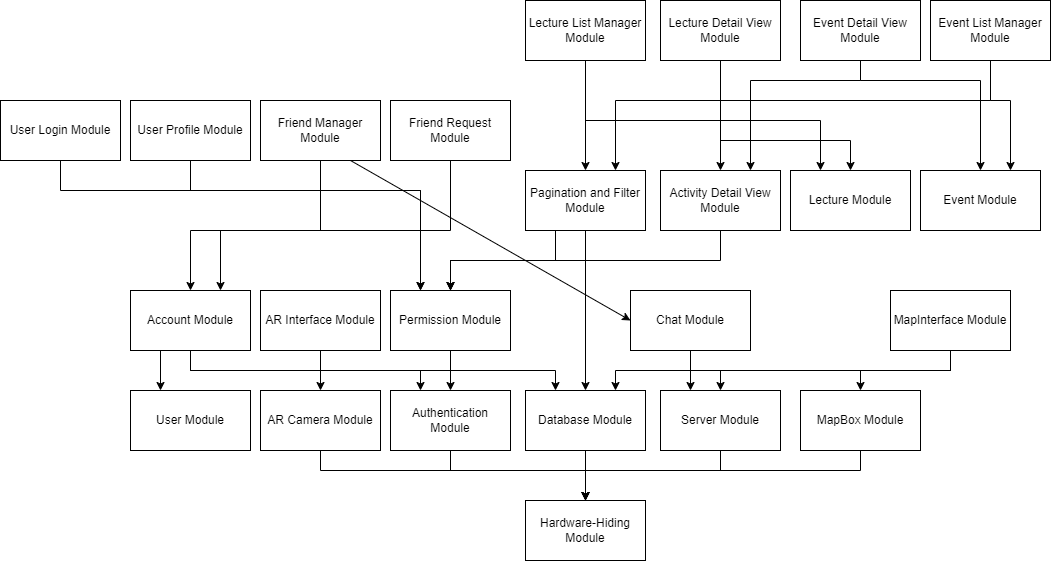
The draw.io diagram docs/Design/SoftArchitecture/UsesHierarchy.png in beatlepie/4G06CapstoneProjectTeam2, before a commit. Source tidied: cells renumbered, new cells last; positions are measured from the earlier drawing's top-left corner, leaving out a move shared by most shapes.
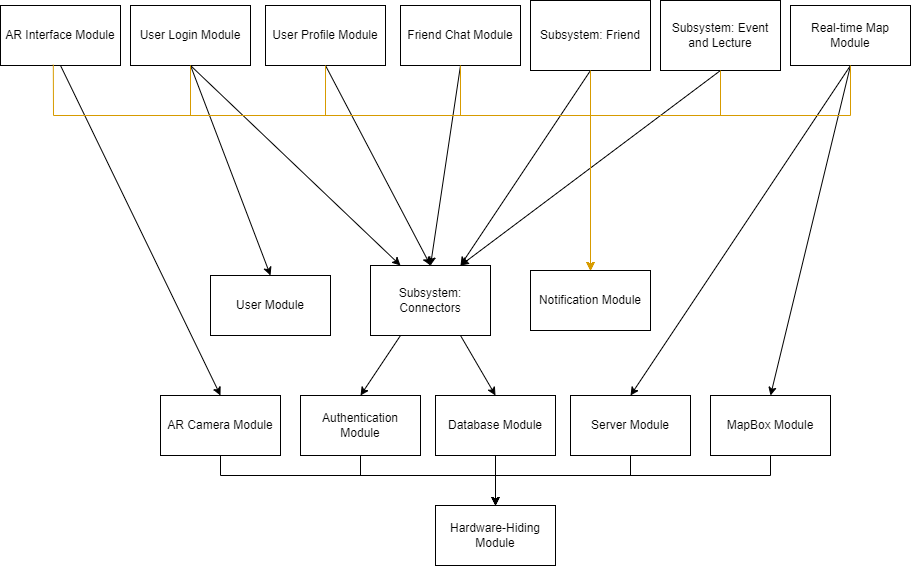
After the change.

Commit message:
docs(#250): Updated traceability matrix in MG; Updated Uses Hierarchy

Diff of the diagram source:
```diff
@@ -5,25 +5,19 @@
     <mxCell id="2" value="Hardware-Hiding Module" style="rounded=0;whiteSpace=wrap;html=1;" parent="1" vertex="1">
-      <mxGeometry x="525" y="500" width="120" height="60" as="geometry" />
+      <mxGeometry x="645" y="1330" width="120" height="60" as="geometry" />
     </mxCell>
     <mxCell id="3" value="Database Module" style="rounded=0;whiteSpace=wrap;html=1;" parent="1" vertex="1">
-      <mxGeometry x="525" y="390" width="120" height="60" as="geometry" />
+      <mxGeometry x="645" y="1220" width="120" height="60" as="geometry" />
     </mxCell>
     <mxCell id="4" value="Server&amp;nbsp;Module" style="rounded=0;whiteSpace=wrap;html=1;" parent="1" vertex="1">
-      <mxGeometry x="660" y="390" width="120" height="60" as="geometry" />
+      <mxGeometry x="780" y="1220" width="120" height="60" as="geometry" />
     </mxCell>
     <mxCell id="5" value="Authentication Module" style="rounded=0;whiteSpace=wrap;html=1;" parent="1" vertex="1">
-      <mxGeometry x="390" y="390" width="120" height="60" as="geometry" />
+      <mxGeometry x="510" y="1220" width="120" height="60" as="geometry" />
     </mxCell>
     <mxCell id="6" value="AR Camera Module" style="rounded=0;whiteSpace=wrap;html=1;" parent="1" vertex="1">
-      <mxGeometry x="260" y="390" width="120" height="60" as="geometry" />
+      <mxGeometry x="370" y="1220" width="120" height="60" as="geometry" />
     </mxCell>
     <mxCell id="7" value="MapBox Module" style="rounded=0;whiteSpace=wrap;html=1;" parent="1" vertex="1">
-      <mxGeometry x="800" y="390" width="120" height="60" as="geometry" />
+      <mxGeometry x="920" y="1220" width="120" height="60" as="geometry" />
     </mxCell>
-    <mxCell id="8" value="Activity Detail View Module" style="rounded=0;whiteSpace=wrap;html=1;" parent="1" vertex="1">
-      <mxGeometry x="660" y="170" width="120" height="60" as="geometry" />
-    </mxCell>
-    <mxCell id="9" value="Pagination and Filter Module" style="rounded=0;whiteSpace=wrap;html=1;" parent="1" vertex="1">
-      <mxGeometry x="525" y="170" width="120" height="60" as="geometry" />
-    </mxCell>
     <mxCell id="10" style="endArrow=classic;html=1;rounded=0;entryX=0.5;entryY=0;entryDx=0;entryDy=0;exitX=0.5;exitY=1;exitDx=0;exitDy=0;" parent="1" edge="1" source="3" target="2">
@@ -34,4 +28,4 @@
         <Array as="points">
-          <mxPoint x="320" y="470" />
-          <mxPoint x="585" y="470" />
+          <mxPoint x="430" y="1300" />
+          <mxPoint x="705" y="1300" />
         </Array>
@@ -42,4 +36,4 @@
         <Array as="points">
-          <mxPoint x="450" y="470" />
-          <mxPoint x="585" y="470" />
+          <mxPoint x="570" y="1300" />
+          <mxPoint x="705" y="1300" />
         </Array>
@@ -50,4 +44,4 @@
         <Array as="points">
-          <mxPoint x="720" y="470" />
-          <mxPoint x="585" y="470" />
+          <mxPoint x="840" y="1300" />
+          <mxPoint x="705" y="1300" />
         </Array>
@@ -58,4 +52,4 @@
         <Array as="points">
-          <mxPoint x="860" y="470" />
-          <mxPoint x="585" y="470" />
+          <mxPoint x="980" y="1300" />
+          <mxPoint x="705" y="1300" />
         </Array>
@@ -64,217 +58,119 @@
     <mxCell id="15" value="User Module" style="rounded=0;whiteSpace=wrap;html=1;" parent="1" vertex="1">
-      <mxGeometry x="130" y="390" width="120" height="60" as="geometry" />
+      <mxGeometry x="420" y="1100" width="120" height="60" as="geometry" />
     </mxCell>
-    <mxCell id="16" value="Event Module" style="rounded=0;whiteSpace=wrap;html=1;" parent="1" vertex="1">
-      <mxGeometry x="920" y="170" width="120" height="60" as="geometry" />
-    </mxCell>
-    <mxCell id="17" value="Lecture Module" style="rounded=0;whiteSpace=wrap;html=1;" parent="1" vertex="1">
-      <mxGeometry x="790" y="170" width="120" height="60" as="geometry" />
-    </mxCell>
+    <mxCell id="57" style="endArrow=classic;html=1;rounded=0;entryX=0.5;entryY=0;entryDx=0;entryDy=0;exitX=0.75;exitY=1;exitDx=0;exitDy=0;" parent="1" edge="1" source="70" target="3">
+      <mxGeometry relative="1" as="geometry" />
+    </mxCell>
+    <mxCell id="58" style="endArrow=classic;html=1;rounded=0;entryX=0.5;entryY=0;entryDx=0;entryDy=0;exitX=0.25;exitY=1;exitDx=0;exitDy=0;" parent="1" edge="1" source="70" target="5">
+      <mxGeometry relative="1" as="geometry" />
+    </mxCell>
     <mxCell id="18" value="AR Interface Module" style="rounded=0;whiteSpace=wrap;html=1;" parent="1" vertex="1">
-      <mxGeometry x="260" y="290" width="120" height="60" as="geometry" />
+      <mxGeometry x="210" y="830" width="120" height="60" as="geometry" />
     </mxCell>
+    <mxCell id="45" style="endArrow=classic;html=1;rounded=0;entryX=0.5;entryY=0;entryDx=0;entryDy=0;exitX=0.5;exitY=1;exitDx=0;exitDy=0;" parent="1" edge="1" source="18" target="6">
+      <mxGeometry relative="1" as="geometry" />
+    </mxCell>
+    <mxCell id="59" value="Friend Chat Module" style="rounded=0;whiteSpace=wrap;html=1;" parent="1" vertex="1">
+      <mxGeometry x="610" y="830" width="120" height="60" as="geometry" />
+    </mxCell>
+    <mxCell id="60" style="endArrow=classic;html=1;rounded=0;entryX=0.5;entryY=0;entryDx=0;entryDy=0;exitX=0.5;exitY=1;exitDx=0;exitDy=0;" parent="1" edge="1" source="59" target="70">
+      <mxGeometry relative="1" as="geometry" />
+    </mxCell>
+    <mxCell id="61" value="Real-time Map Module" style="rounded=0;whiteSpace=wrap;html=1;" parent="1" vertex="1">
+      <mxGeometry x="1000" y="830" width="120" height="60" as="geometry" />
+    </mxCell>
+    <mxCell id="62" style="endArrow=classic;html=1;rounded=0;entryX=0.5;entryY=0;entryDx=0;entryDy=0;exitX=0.5;exitY=1;exitDx=0;exitDy=0;" parent="1" edge="1" source="61" target="7">
+      <mxGeometry relative="1" as="geometry" />
+    </mxCell>
+    <mxCell id="63" style="endArrow=classic;html=1;rounded=0;entryX=0.5;entryY=0;entryDx=0;entryDy=0;exitX=0.5;exitY=1;exitDx=0;exitDy=0;" parent="1" edge="1" source="61" target="4">
+      <mxGeometry relative="1" as="geometry" />
+    </mxCell>
+    <mxCell id="53" value="User Login Module" style="rounded=0;whiteSpace=wrap;html=1;" parent="1" vertex="1">
+      <mxGeometry x="340" y="830" width="120" height="60" as="geometry" />
+    </mxCell>
+    <mxCell id="64" style="endArrow=classic;html=1;rounded=0;entryX=0.5;entryY=0;entryDx=0;entryDy=0;exitX=0.5;exitY=1;exitDx=0;exitDy=0;" parent="1" edge="1" source="53" target="15">
+      <mxGeometry relative="1" as="geometry" />
+    </mxCell>
+    <mxCell id="65" style="endArrow=classic;html=1;rounded=0;entryX=0.25;entryY=0;entryDx=0;entryDy=0;exitX=0.5;exitY=1;exitDx=0;exitDy=0;" parent="1" edge="1" source="53" target="70">
+      <mxGeometry relative="1" as="geometry" />
+    </mxCell>
     <mxCell id="19" value="User Profile Module" style="rounded=0;whiteSpace=wrap;html=1;" parent="1" vertex="1">
-      <mxGeometry x="130" y="100" width="120" height="60" as="geometry" />
+      <mxGeometry x="475" y="830" width="120" height="60" as="geometry" />
     </mxCell>
-    <mxCell id="20" value="Friend Manager Module" style="rounded=0;whiteSpace=wrap;html=1;" parent="1" vertex="1">
-      <mxGeometry x="260" y="100" width="120" height="60" as="geometry" />
-    </mxCell>
-    <mxCell id="21" value="Friend Request Module" style="rounded=0;whiteSpace=wrap;html=1;" parent="1" vertex="1">
-      <mxGeometry x="390" y="100" width="120" height="60" as="geometry" />
-    </mxCell>
-    <mxCell id="22" value="Lecture Detail View Module" style="rounded=0;whiteSpace=wrap;html=1;" parent="1" vertex="1">
-      <mxGeometry x="660" width="120" height="60" as="geometry" />
-    </mxCell>
-    <mxCell id="23" value="Event Detail View Module" style="rounded=0;whiteSpace=wrap;html=1;" parent="1" vertex="1">
-      <mxGeometry x="800" width="120" height="60" as="geometry" />
-    </mxCell>
-    <mxCell id="24" style="endArrow=classic;html=1;rounded=0;exitX=0.5;exitY=1;exitDx=0;exitDy=0;entryX=0.5;entryY=0;entryDx=0;entryDy=0;" parent="1" edge="1" source="22" target="8">
-      <mxGeometry relative="1" as="geometry" />
-    </mxCell>
-    <mxCell id="25" style="endArrow=classic;html=1;rounded=0;entryX=0.75;entryY=0;entryDx=0;entryDy=0;exitX=0.5;exitY=1;exitDx=0;exitDy=0;" parent="1" edge="1" source="23" target="8">
-      <mxGeometry relative="1" as="geometry">
-        <Array as="points">
-          <mxPoint x="860" y="80" />
-          <mxPoint x="750" y="80" />
-        </Array>
-      </mxGeometry>
-    </mxCell>
-    <mxCell id="26" value="Lecture List Manager Module" style="rounded=0;whiteSpace=wrap;html=1;" parent="1" vertex="1">
-      <mxGeometry x="525" width="120" height="60" as="geometry" />
-    </mxCell>
-    <mxCell id="27" value="Event List Manager Module" style="rounded=0;whiteSpace=wrap;html=1;" parent="1" vertex="1">
-      <mxGeometry x="930" width="120" height="60" as="geometry" />
-    </mxCell>
-    <mxCell id="28" style="endArrow=classic;html=1;rounded=0;exitX=0.5;exitY=1;exitDx=0;exitDy=0;entryX=0.5;entryY=0;entryDx=0;entryDy=0;" parent="1" edge="1" source="22" target="17">
-      <mxGeometry relative="1" as="geometry">
-        <Array as="points">
-          <mxPoint x="720" y="140" />
-          <mxPoint x="850" y="140" />
-        </Array>
-      </mxGeometry>
-    </mxCell>
-    <mxCell id="29" style="endArrow=classic;html=1;rounded=0;exitX=0.5;exitY=1;exitDx=0;exitDy=0;entryX=0.5;entryY=0;entryDx=0;entryDy=0;" parent="1" edge="1" source="23" target="16">
-      <mxGeometry relative="1" as="geometry">
-        <Array as="points">
-          <mxPoint x="860" y="80" />
-          <mxPoint x="980" y="80" />
-        </Array>
-      </mxGeometry>
-    </mxCell>
-    <mxCell id="30" style="endArrow=classic;html=1;rounded=0;entryX=0.5;entryY=0;entryDx=0;entryDy=0;" parent="1" edge="1" source="26" target="9">
-      <mxGeometry relative="1" as="geometry" />
-    </mxCell>
-    <mxCell id="31" style="endArrow=classic;html=1;rounded=0;exitX=0.5;exitY=1;exitDx=0;exitDy=0;entryX=0.25;entryY=0;entryDx=0;entryDy=0;" parent="1" edge="1" source="26" target="17">
-      <mxGeometry relative="1" as="geometry">
-        <Array as="points">
-          <mxPoint x="585" y="120" />
-          <mxPoint x="820" y="120" />
-        </Array>
-      </mxGeometry>
-    </mxCell>
-    <mxCell id="32" style="endArrow=classic;html=1;rounded=0;exitX=0.5;exitY=1;exitDx=0;exitDy=0;entryX=0.75;entryY=0;entryDx=0;entryDy=0;" parent="1" edge="1" source="27" target="16">
-      <mxGeometry relative="1" as="geometry">
-        <Array as="points">
-          <mxPoint x="990" y="100" />
-          <mxPoint x="1010" y="100" />
-        </Array>
-      </mxGeometry>
-    </mxCell>
-    <mxCell id="33" style="endArrow=classic;html=1;rounded=0;exitX=0.5;exitY=1;exitDx=0;exitDy=0;entryX=0.75;entryY=0;entryDx=0;entryDy=0;" parent="1" edge="1" source="27" target="9">
-      <mxGeometry relative="1" as="geometry">
-        <Array as="points">
-          <mxPoint x="990" y="100" />
-          <mxPoint x="615" y="100" />
-        </Array>
-      </mxGeometry>
-    </mxCell>
-    <mxCell id="34" value="MapInterface Module" style="rounded=0;whiteSpace=wrap;html=1;" parent="1" vertex="1">
-      <mxGeometry x="890" y="290" width="120" height="60" as="geometry" />
-    </mxCell>
-    <mxCell id="35" value="Chat Module" style="rounded=0;whiteSpace=wrap;html=1;" parent="1" vertex="1">
-      <mxGeometry x="630" y="290" width="120" height="60" as="geometry" />
-    </mxCell>
-    <mxCell id="36" value="Permission Module" style="rounded=0;whiteSpace=wrap;html=1;" parent="1" vertex="1">
-      <mxGeometry x="390" y="290" width="120" height="60" as="geometry" />
-    </mxCell>
-    <mxCell id="37" value="Account Module" style="rounded=0;whiteSpace=wrap;html=1;" parent="1" vertex="1">
-      <mxGeometry x="130" y="290" width="120" height="60" as="geometry" />
-    </mxCell>
-    <mxCell id="38" style="endArrow=classic;html=1;rounded=0;exitX=0.5;exitY=1;exitDx=0;exitDy=0;entryX=0.5;entryY=0;entryDx=0;entryDy=0;" parent="1" edge="1" source="9" target="36">
-      <mxGeometry relative="1" as="geometry">
-        <Array as="points">
-          <mxPoint x="585" y="260" />
-          <mxPoint x="450" y="260" />
-        </Array>
-      </mxGeometry>
-    </mxCell>
-    <mxCell id="39" style="endArrow=classic;html=1;rounded=0;entryX=0.5;entryY=0;entryDx=0;entryDy=0;exitX=0.5;exitY=1;exitDx=0;exitDy=0;" parent="1" edge="1" source="8" target="36">
-      <mxGeometry relative="1" as="geometry">
-        <Array as="points">
-          <mxPoint x="720" y="260" />
-          <mxPoint x="450" y="260" />
-        </Array>
-      </mxGeometry>
-    </mxCell>
-    <mxCell id="40" style="endArrow=classic;html=1;rounded=0;exitX=0.5;exitY=1;exitDx=0;exitDy=0;entryX=0.5;entryY=0;entryDx=0;entryDy=0;" parent="1" edge="1" source="9" target="3">
-      <mxGeometry relative="1" as="geometry" />
-    </mxCell>
-    <mxCell id="41" style="endArrow=classic;html=1;rounded=0;entryX=0.5;entryY=0;entryDx=0;entryDy=0;exitX=0.5;exitY=1;exitDx=0;exitDy=0;" parent="1" edge="1" source="34" target="7">
-      <mxGeometry relative="1" as="geometry">
-        <Array as="points">
-          <mxPoint x="950" y="370" />
-          <mxPoint x="860" y="370" />
-        </Array>
-      </mxGeometry>
-    </mxCell>
-    <mxCell id="42" style="endArrow=classic;html=1;rounded=0;exitX=0.5;exitY=1;exitDx=0;exitDy=0;entryX=0.5;entryY=0;entryDx=0;entryDy=0;" parent="1" edge="1" source="34" target="4">
-      <mxGeometry relative="1" as="geometry">
-        <Array as="points">
-          <mxPoint x="950" y="370" />
-          <mxPoint x="720" y="370" />
-        </Array>
-      </mxGeometry>
-    </mxCell>
-    <mxCell id="43" style="endArrow=classic;html=1;rounded=0;exitX=0.5;exitY=1;exitDx=0;exitDy=0;entryX=0.75;entryY=0;entryDx=0;entryDy=0;" parent="1" edge="1" source="34" target="3">
-      <mxGeometry relative="1" as="geometry">
-        <Array as="points">
-          <mxPoint x="950" y="370" />
-          <mxPoint x="615" y="370" />
-        </Array>
-      </mxGeometry>
-    </mxCell>
-    <mxCell id="44" style="endArrow=classic;html=1;rounded=0;entryX=0.5;entryY=0;entryDx=0;entryDy=0;exitX=0.5;exitY=1;exitDx=0;exitDy=0;" parent="1" edge="1" source="36" target="5">
-      <mxGeometry relative="1" as="geometry" />
-    </mxCell>
-    <mxCell id="45" style="endArrow=classic;html=1;rounded=0;exitX=0.5;exitY=1;exitDx=0;exitDy=0;entryX=0.5;entryY=0;entryDx=0;entryDy=0;" parent="1" edge="1" source="18" target="6">
-      <mxGeometry relative="1" as="geometry" />
-    </mxCell>
-    <mxCell id="46" style="endArrow=classic;html=1;rounded=0;entryX=0.25;entryY=0;entryDx=0;entryDy=0;exitX=0.5;exitY=1;exitDx=0;exitDy=0;" parent="1" edge="1" source="35" target="4">
-      <mxGeometry relative="1" as="geometry" />
-    </mxCell>
-    <mxCell id="47" style="endArrow=classic;html=1;rounded=0;entryX=0.25;entryY=0;entryDx=0;entryDy=0;exitX=0.5;exitY=1;exitDx=0;exitDy=0;" parent="1" edge="1" source="37" target="5">
-      <mxGeometry relative="1" as="geometry">
-        <Array as="points">
-          <mxPoint x="190" y="370" />
-          <mxPoint x="420" y="370" />
-        </Array>
-      </mxGeometry>
-    </mxCell>
-    <mxCell id="48" style="endArrow=classic;html=1;rounded=0;exitX=0.5;exitY=1;exitDx=0;exitDy=0;entryX=0.25;entryY=0;entryDx=0;entryDy=0;" parent="1" edge="1" source="37" target="3">
-      <mxGeometry relative="1" as="geometry">
-        <Array as="points">
-          <mxPoint x="190" y="370" />
-          <mxPoint x="555" y="370" />
-        </Array>
-      </mxGeometry>
-    </mxCell>
-    <mxCell id="49" style="endArrow=classic;html=1;rounded=0;exitX=0.5;exitY=1;exitDx=0;exitDy=0;entryX=0.5;entryY=0;entryDx=0;entryDy=0;" parent="1" edge="1" source="20" target="37">
-      <mxGeometry relative="1" as="geometry">
-        <Array as="points">
-          <mxPoint x="320" y="230" />
-          <mxPoint x="190" y="230" />
-        </Array>
-      </mxGeometry>
-    </mxCell>
-    <mxCell id="50" style="endArrow=classic;html=1;rounded=0;entryX=0.75;entryY=0;entryDx=0;entryDy=0;exitX=0.5;exitY=1;exitDx=0;exitDy=0;" parent="1" edge="1" source="21" target="37">
-      <mxGeometry relative="1" as="geometry">
-        <Array as="points">
-          <mxPoint x="450" y="230" />
-          <mxPoint x="220" y="230" />
-        </Array>
-      </mxGeometry>
-    </mxCell>
-    <mxCell id="51" style="endArrow=classic;html=1;rounded=0;exitX=0.5;exitY=1;exitDx=0;exitDy=0;entryX=0.25;entryY=0;entryDx=0;entryDy=0;" parent="1" edge="1" source="19" target="36">
-      <mxGeometry relative="1" as="geometry">
-        <Array as="points">
-          <mxPoint x="190" y="190" />
-          <mxPoint x="420" y="190" />
-        </Array>
-      </mxGeometry>
-    </mxCell>
-    <mxCell id="52" style="endArrow=classic;html=1;rounded=0;exitX=0.25;exitY=1;exitDx=0;exitDy=0;entryX=0.25;entryY=0;entryDx=0;entryDy=0;" parent="1" edge="1" source="37" target="15">
-      <mxGeometry relative="1" as="geometry" />
-    </mxCell>
-    <mxCell id="53" value="User Login Module" style="rounded=0;whiteSpace=wrap;html=1;" parent="1" vertex="1">
-      <mxGeometry y="100" width="120" height="60" as="geometry" />
-    </mxCell>
-    <mxCell id="54" style="endArrow=classic;html=1;rounded=0;exitX=0.5;exitY=1;exitDx=0;exitDy=0;entryX=0.25;entryY=0;entryDx=0;entryDy=0;" parent="1" edge="1" source="53" target="36">
-      <mxGeometry relative="1" as="geometry">
-        <Array as="points">
-          <mxPoint x="60" y="190" />
-          <mxPoint x="420" y="190" />
-        </Array>
-      </mxGeometry>
-    </mxCell>
-    <mxCell id="55" style="endArrow=classic;html=1;rounded=0;exitX=0.75;exitY=1;exitDx=0;exitDy=0;entryX=0;entryY=0.5;entryDx=0;entryDy=0;" parent="1" edge="1" source="20" target="35">
-      <mxGeometry relative="1" as="geometry" />
-    </mxCell>
-    <mxCell id="56" style="endArrow=classic;html=1;rounded=0;exitX=0.25;exitY=1;exitDx=0;exitDy=0;entryX=0.5;entryY=0;entryDx=0;entryDy=0;" parent="1" edge="1" source="9" target="36">
-      <mxGeometry relative="1" as="geometry">
-        <Array as="points">
-          <mxPoint x="555" y="260" />
-          <mxPoint x="450" y="260" />
-        </Array>
-      </mxGeometry>
-    </mxCell>
+    <mxCell id="66" style="endArrow=classic;html=1;rounded=0;exitX=0.5;exitY=1;exitDx=0;exitDy=0;entryX=0.5;entryY=0;entryDx=0;entryDy=0;" parent="1" edge="1" source="19" target="70">
+      <mxGeometry relative="1" as="geometry" />
+    </mxCell>
+    <mxCell id="67" value="Subsystem: Friend" style="rounded=0;whiteSpace=wrap;html=1;" parent="1" vertex="1">
+      <mxGeometry x="740" y="825" width="120" height="70" as="geometry" />
+    </mxCell>
+    <mxCell id="68" style="endArrow=classic;html=1;rounded=0;entryX=0.75;entryY=0;entryDx=0;entryDy=0;exitX=0.5;exitY=1;exitDx=0;exitDy=0;" parent="1" edge="1" source="67" target="70">
+      <mxGeometry relative="1" as="geometry" />
+    </mxCell>
+    <mxCell id="69" value="Subsystem: Event and Lecture" style="rounded=0;whiteSpace=wrap;html=1;" parent="1" vertex="1">
+      <mxGeometry x="870" y="825" width="120" height="70" as="geometry" />
+    </mxCell>
+    <mxCell id="70" value="Subsystem: Connectors" style="rounded=0;whiteSpace=wrap;html=1;" parent="1" vertex="1">
+      <mxGeometry x="580" y="1090" width="120" height="70" as="geometry" />
+    </mxCell>
+    <mxCell id="71" style="endArrow=classic;html=1;rounded=0;entryX=0.75;entryY=0;entryDx=0;entryDy=0;exitX=0.5;exitY=1;exitDx=0;exitDy=0;" parent="1" edge="1" source="69" target="70">
+      <mxGeometry relative="1" as="geometry" />
+    </mxCell>
+    <mxCell id="72" value="Notification&lt;span style=&quot;background-color: initial;&quot;&gt;&amp;nbsp;Module&lt;/span&gt;" style="rounded=0;whiteSpace=wrap;html=1;" parent="1" vertex="1">
+      <mxGeometry x="740" y="1095" width="120" height="60" as="geometry" />
+    </mxCell>
+    <mxCell id="73" style="endArrow=classic;html=1;rounded=0;exitX=0.44;exitY=0.987;exitDx=0;exitDy=0;exitPerimeter=0;entryX=0.5;entryY=0;entryDx=0;entryDy=0;fillColor=#ffe6cc;strokeColor=#d79b00;" parent="1" edge="1" source="18" target="72">
+      <mxGeometry relative="1" as="geometry">
+        <Array as="points">
+          <mxPoint x="263" y="940" />
+          <mxPoint x="800" y="940" />
+        </Array>
+      </mxGeometry>
+    </mxCell>
+    <mxCell id="74" style="endArrow=classic;html=1;rounded=0;exitX=0.5;exitY=1;exitDx=0;exitDy=0;entryX=0.5;entryY=0;entryDx=0;entryDy=0;fillColor=#ffe6cc;strokeColor=#d79b00;" parent="1" edge="1" source="53" target="72">
+      <mxGeometry relative="1" as="geometry">
+        <Array as="points">
+          <mxPoint x="400" y="940" />
+          <mxPoint x="800" y="940" />
+        </Array>
+      </mxGeometry>
+    </mxCell>
+    <mxCell id="75" style="endArrow=classic;html=1;rounded=0;entryX=0.5;entryY=0;entryDx=0;entryDy=0;exitX=0.5;exitY=1;exitDx=0;exitDy=0;fillColor=#ffe6cc;strokeColor=#d79b00;" parent="1" edge="1" source="19" target="72">
+      <mxGeometry relative="1" as="geometry">
+        <Array as="points">
+          <mxPoint x="535" y="940" />
+          <mxPoint x="800" y="940" />
+        </Array>
+      </mxGeometry>
+    </mxCell>
+    <mxCell id="76" style="endArrow=classic;html=1;rounded=0;exitX=0.5;exitY=1;exitDx=0;exitDy=0;entryX=0.5;entryY=0;entryDx=0;entryDy=0;fillColor=#ffe6cc;strokeColor=#d79b00;" parent="1" edge="1" source="59" target="72">
+      <mxGeometry relative="1" as="geometry">
+        <Array as="points">
+          <mxPoint x="670" y="940" />
+          <mxPoint x="800" y="940" />
+        </Array>
+      </mxGeometry>
+    </mxCell>
+    <mxCell id="77" style="endArrow=classic;html=1;rounded=0;exitX=0.5;exitY=1;exitDx=0;exitDy=0;entryX=0.5;entryY=0;entryDx=0;entryDy=0;fillColor=#ffe6cc;strokeColor=#d79b00;" parent="1" edge="1" source="67" target="72">
+      <mxGeometry relative="1" as="geometry">
+        <Array as="points">
+          <mxPoint x="800" y="940" />
+        </Array>
+      </mxGeometry>
+    </mxCell>
+    <mxCell id="78" style="endArrow=classic;html=1;rounded=0;exitX=0.5;exitY=1;exitDx=0;exitDy=0;entryX=0.5;entryY=0;entryDx=0;entryDy=0;fillColor=#ffe6cc;strokeColor=#d79b00;" parent="1" edge="1" source="69" target="72">
+      <mxGeometry relative="1" as="geometry">
+        <Array as="points">
+          <mxPoint x="930" y="940" />
+          <mxPoint x="800" y="940" />
+        </Array>
+      </mxGeometry>
+    </mxCell>
+    <mxCell id="79" style="endArrow=classic;html=1;rounded=0;entryX=0.5;entryY=0;entryDx=0;entryDy=0;exitX=0.5;exitY=1;exitDx=0;exitDy=0;fillColor=#ffe6cc;strokeColor=#d79b00;" parent="1" edge="1" source="61" target="72">
+      <mxGeometry relative="1" as="geometry">
+        <Array as="points">
+          <mxPoint x="1060" y="940" />
+          <mxPoint x="800" y="940" />
+        </Array>
+      </mxGeometry>
+    </mxCell>
   </root>
```
